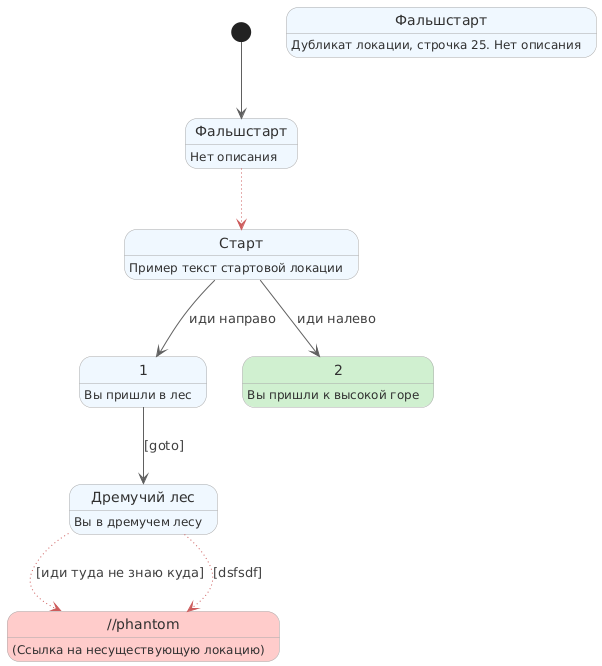
Above: tests/test.png in teenbull/urq2puml (PlantUML), before the change.
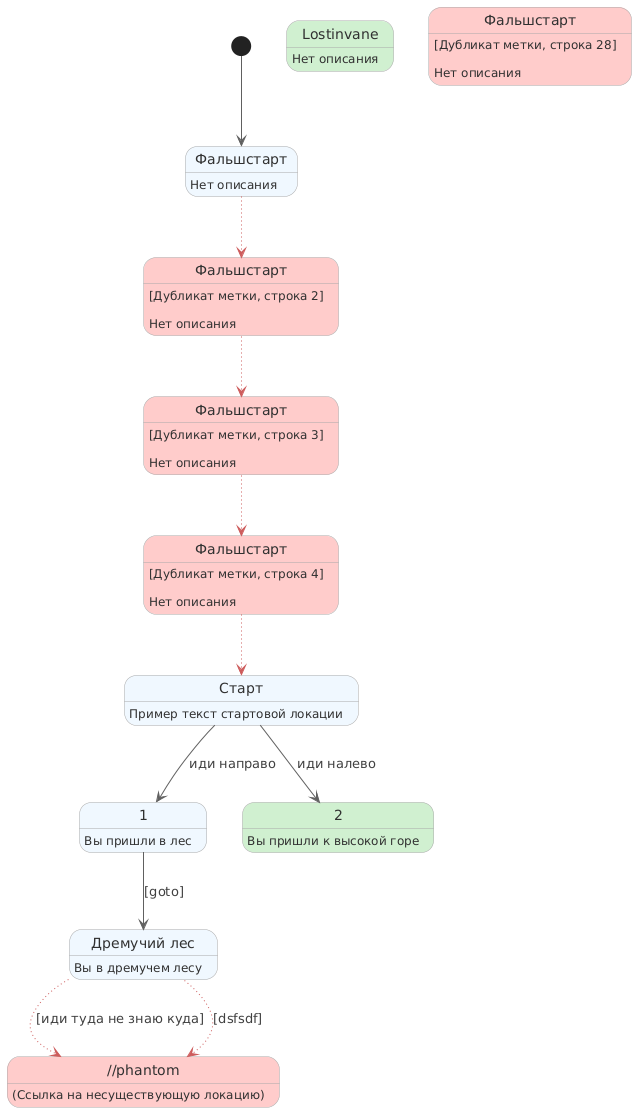
Above is the later version.

Change to the diagram source:
```diff
@@ -11,21 +11,32 @@
 }
 state "Фальшстарт" as 0
 0: Нет описания
-state "Старт" as 1
-1: Пример текст стартовой локации
-state "Дремучий лес" as 2
-2: Вы в дремучем лесу
-state "1" as 3
-3: Вы пришли в лес
-state "2" as 4 #d0f0d0
-4: Вы пришли к высокой горе
-state "Фальшстарт" as 5
-5: Дубликат локации, строчка 25. Нет описания
+state "Старт" as 4
+4: Пример текст стартовой локации
+state "Дремучий лес" as 5
+5: Вы в дремучем лесу
+state "1" as 6
+6: Вы пришли в лес
+state "2" as 7 #d0f0d0
+7: Вы пришли к высокой горе
+state "Lostinvane" as 9 #d0f0d0
+9: Нет описания
+state "Фальшстарт" as 8 #ffcccb
+8: [Дубликат метки, строка 28]\n\nНет описания
+state "Фальшстарт" as 3 #ffcccb
+3: [Дубликат метки, строка 4]\n\nНет описания
+state "Фальшстарт" as 2 #ffcccb
+2: [Дубликат метки, строка 3]\n\nНет описания
+state "Фальшстарт" as 1 #ffcccb
+1: [Дубликат метки, строка 2]\n\nНет описания
 [*] --> 0
-1 --> 3 : иди направо
-1 --> 4 : иди налево
-2 -[#CD5C5C,dotted]-> PHANTOM_NODE_URQ : [иди туда не знаю куда]
+4 --> 6 : иди направо
+4 --> 7 : иди налево
+5 -[#CD5C5C,dotted]-> PHANTOM_NODE_URQ : [иди туда не знаю куда]
 0 -[#CD5C5C,dotted]-> 1
-2 -[#CD5C5C,dotted]-> PHANTOM_NODE_URQ : [dsfsdf]
-3 --> 2 : [goto]
+1 -[#CD5C5C,dotted]-> 2
+2 -[#CD5C5C,dotted]-> 3
+3 -[#CD5C5C,dotted]-> 4
+5 -[#CD5C5C,dotted]-> PHANTOM_NODE_URQ : [dsfsdf]
+6 --> 5 : [goto]
 @enduml
```
